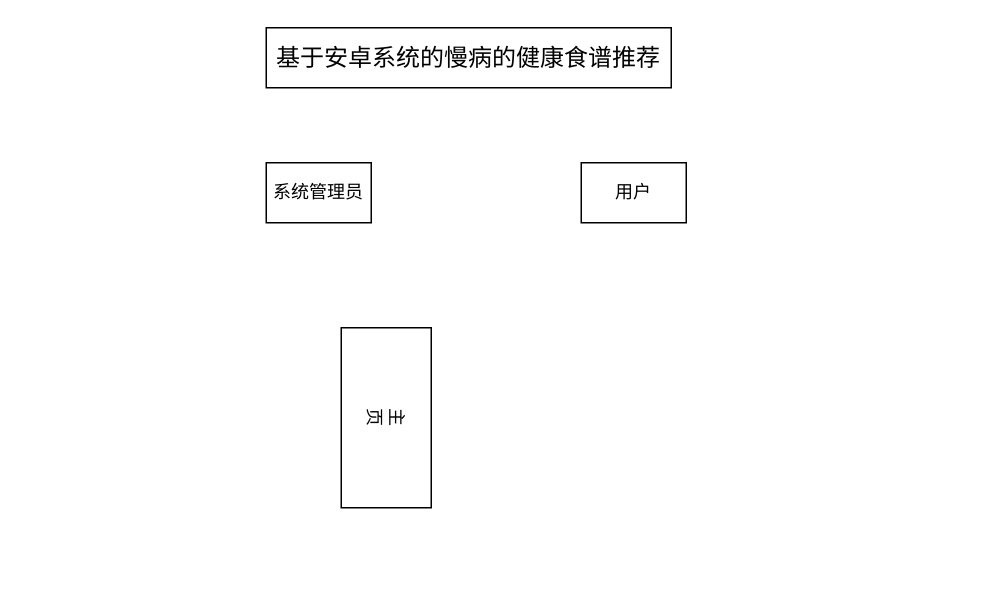
Before: 未命名绘图.drawio in mugeshanhai/java, a draw.io diagram. Source tidied: cells renumbered, new cells numbered last; positions are measured from the earlier drawing's top-left corner, leaving out a move shared by most shapes. Both pictures are drawn from the tidied source at 150%, with x=0, y=0 at pixel (266, 27).
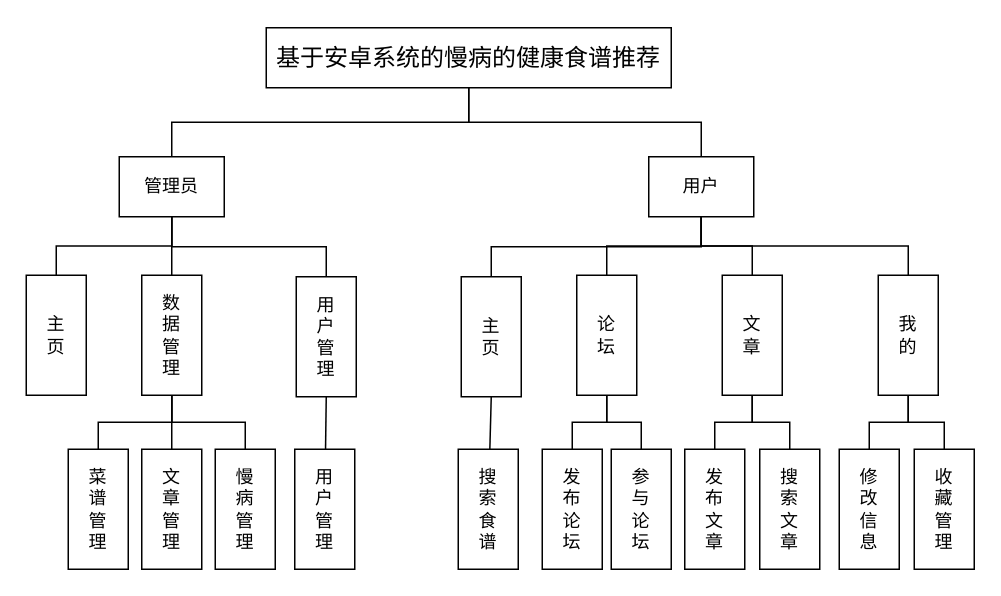
The same diagram, later.

Commit message:
更新未命名绘图.drawio

The change refers to these unchanged cells:
```xml
<mxCell id="2" value="&lt;p class=&quot;MsoNormal&quot;&gt;&lt;span style=&quot;font-size: 12.0000pt&quot;&gt;&lt;font face=&quot;宋体&quot;&gt;基于安卓系统的慢病的健康食谱推荐&lt;/font&gt;&lt;/span&gt;&lt;/p&gt;" style="rounded=0;whiteSpace=wrap;html=1;" parent="1" vertex="1">
  <mxGeometry width="270" height="40" as="geometry" />
</mxCell>
```

The edit, as a diff of the source:
```diff
@@
-    <mxCell id="3" value="主&lt;br&gt;页" style="rounded=0;whiteSpace=wrap;html=1;rotation=90;" parent="1" vertex="1">
-      <mxGeometry x="20" y="230" width="120" height="60" as="geometry" />
-    </mxCell>
-    <mxCell id="4" value="系统管理员" style="rounded=0;whiteSpace=wrap;html=1;" parent="1" vertex="1">
-      <mxGeometry y="90" width="70" height="40" as="geometry" />
+    <mxCell id="4" value="管理员" style="rounded=0;whiteSpace=wrap;html=1;" parent="1" vertex="1">
+      <mxGeometry x="-98" y="86" width="70" height="40" as="geometry" />
     </mxCell>
     <mxCell id="5" value="用户" style="rounded=0;whiteSpace=wrap;html=1;" parent="1" vertex="1">
-      <mxGeometry x="210" y="90" width="70" height="40" as="geometry" />
+      <mxGeometry x="255" y="86" width="70" height="40" as="geometry" />
     </mxCell>
+    <mxCell id="6" value="主&lt;br&gt;页" style="rounded=0;whiteSpace=wrap;html=1;rotation=0;textDirection=ltr;direction=south;" parent="1" vertex="1">
+      <mxGeometry x="-160" y="165" width="40" height="80" as="geometry" />
+    </mxCell>
+    <mxCell id="7" value="用&lt;br&gt;户&lt;br&gt;管&lt;br&gt;理" style="rounded=0;whiteSpace=wrap;html=1;rotation=0;textDirection=ltr;direction=south;" parent="1" vertex="1">
+      <mxGeometry x="20" y="166" width="40" height="80" as="geometry" />
+    </mxCell>
+    <mxCell id="8" value="菜&lt;br&gt;谱&lt;br&gt;管&lt;br&gt;理" style="rounded=0;whiteSpace=wrap;html=1;rotation=0;textDirection=ltr;direction=south;" parent="1" vertex="1">
+      <mxGeometry x="-132" y="281" width="40" height="80" as="geometry" />
+    </mxCell>
+    <mxCell id="9" value="文&lt;br&gt;章&lt;br&gt;管&lt;br&gt;理" style="rounded=0;whiteSpace=wrap;html=1;rotation=0;textDirection=ltr;direction=south;" parent="1" vertex="1">
+      <mxGeometry x="-83" y="281" width="40" height="80" as="geometry" />
+    </mxCell>
+    <mxCell id="10" value="数&lt;br&gt;据&lt;br&gt;管&lt;br&gt;理" style="rounded=0;whiteSpace=wrap;html=1;rotation=0;textDirection=ltr;direction=south;" parent="1" vertex="1">
+      <mxGeometry x="-83" y="165" width="40" height="80" as="geometry" />
+    </mxCell>
+    <mxCell id="11" value="慢&lt;br&gt;病&lt;br&gt;管&lt;br&gt;理" style="rounded=0;whiteSpace=wrap;html=1;rotation=0;textDirection=ltr;direction=south;" parent="1" vertex="1">
+      <mxGeometry x="-34" y="281" width="40" height="80" as="geometry" />
+    </mxCell>
+    <mxCell id="12" value="用&lt;br&gt;户&lt;br&gt;管&lt;br&gt;理" style="rounded=0;whiteSpace=wrap;html=1;rotation=0;textDirection=ltr;direction=south;" parent="1" vertex="1">
+      <mxGeometry x="19" y="281" width="40" height="80" as="geometry" />
+    </mxCell>
+    <mxCell id="13" value="主&lt;br&gt;页" style="rounded=0;whiteSpace=wrap;html=1;rotation=0;textDirection=ltr;direction=south;" parent="1" vertex="1">
+      <mxGeometry x="130" y="166" width="40" height="80" as="geometry" />
+    </mxCell>
+    <mxCell id="14" value="论&lt;br&gt;坛" style="rounded=0;whiteSpace=wrap;html=1;rotation=0;textDirection=ltr;direction=south;" parent="1" vertex="1">
+      <mxGeometry x="207" y="165" width="40" height="80" as="geometry" />
+    </mxCell>
+    <mxCell id="15" value="文&lt;br&gt;章" style="rounded=0;whiteSpace=wrap;html=1;rotation=0;textDirection=ltr;direction=south;" parent="1" vertex="1">
+      <mxGeometry x="304" y="165" width="40" height="80" as="geometry" />
+    </mxCell>
+    <mxCell id="16" value="我&lt;br&gt;的" style="rounded=0;whiteSpace=wrap;html=1;rotation=0;textDirection=ltr;direction=south;" parent="1" vertex="1">
+      <mxGeometry x="408" y="165" width="40" height="80" as="geometry" />
+    </mxCell>
+    <mxCell id="17" value="发&lt;br&gt;布&lt;br&gt;论&lt;br&gt;坛" style="rounded=0;whiteSpace=wrap;html=1;rotation=0;textDirection=ltr;direction=south;" parent="1" vertex="1">
+      <mxGeometry x="184" y="281" width="40" height="80" as="geometry" />
+    </mxCell>
+    <mxCell id="18" value="参&lt;br&gt;与&lt;br&gt;论&lt;br&gt;坛" style="rounded=0;whiteSpace=wrap;html=1;rotation=0;textDirection=ltr;direction=south;" parent="1" vertex="1">
+      <mxGeometry x="230" y="281" width="40" height="80" as="geometry" />
+    </mxCell>
+    <mxCell id="19" value="发&lt;br&gt;布&lt;br&gt;文&lt;br&gt;章" style="rounded=0;whiteSpace=wrap;html=1;rotation=0;textDirection=ltr;direction=south;" parent="1" vertex="1">
+      <mxGeometry x="279" y="281" width="40" height="80" as="geometry" />
+    </mxCell>
+    <mxCell id="20" value="搜&lt;br&gt;索&lt;br&gt;文&lt;br&gt;章" style="rounded=0;whiteSpace=wrap;html=1;rotation=0;textDirection=ltr;direction=south;" parent="1" vertex="1">
+      <mxGeometry x="329" y="281" width="40" height="80" as="geometry" />
+    </mxCell>
+    <mxCell id="21" value="修&lt;br&gt;改&lt;br&gt;信&lt;br&gt;息" style="rounded=0;whiteSpace=wrap;html=1;rotation=0;textDirection=ltr;direction=south;" parent="1" vertex="1">
+      <mxGeometry x="382" y="281" width="40" height="80" as="geometry" />
+    </mxCell>
+    <mxCell id="22" value="收&lt;br&gt;藏&lt;br&gt;管&lt;br&gt;理" style="rounded=0;whiteSpace=wrap;html=1;rotation=0;textDirection=ltr;direction=south;" parent="1" vertex="1">
+      <mxGeometry x="432" y="281" width="40" height="80" as="geometry" />
+    </mxCell>
+    <mxCell id="23" style="endArrow=none;html=1;strokeColor=#000000;entryX=0.5;entryY=1;entryDx=0;entryDy=0;exitX=0.5;exitY=0;exitDx=0;exitDy=0;edgeStyle=orthogonalEdgeStyle;rounded=0;" parent="1" edge="1" source="5" target="2">
+      <mxGeometry relative="1" as="geometry" />
+    </mxCell>
+    <mxCell id="24" style="endArrow=none;html=1;strokeColor=#000000;entryX=0.5;entryY=1;entryDx=0;entryDy=0;exitX=0.5;exitY=0;exitDx=0;exitDy=0;edgeStyle=orthogonalEdgeStyle;rounded=0;" parent="1" edge="1" source="4" target="2">
+      <mxGeometry relative="1" as="geometry" />
+    </mxCell>
+    <mxCell id="25" value="搜&lt;br&gt;索&lt;br&gt;食&lt;br&gt;谱" style="rounded=0;whiteSpace=wrap;html=1;rotation=0;textDirection=ltr;direction=south;" parent="1" vertex="1">
+      <mxGeometry x="128" y="281" width="40" height="80" as="geometry" />
+    </mxCell>
+    <mxCell id="26" style="endArrow=none;html=1;strokeColor=#000000;entryX=0.5;entryY=1;entryDx=0;entryDy=0;exitX=0;exitY=0.5;exitDx=0;exitDy=0;edgeStyle=orthogonalEdgeStyle;rounded=0;" parent="1" edge="1" source="6" target="4">
+      <mxGeometry relative="1" as="geometry" />
+    </mxCell>
+    <mxCell id="27" style="endArrow=none;html=1;strokeColor=#000000;entryX=0.5;entryY=1;entryDx=0;entryDy=0;" parent="1" edge="1" source="10" target="4">
+      <mxGeometry relative="1" as="geometry" />
+    </mxCell>
+    <mxCell id="28" style="endArrow=none;html=1;strokeColor=#000000;entryX=0.5;entryY=1;entryDx=0;entryDy=0;exitX=0;exitY=0.5;exitDx=0;exitDy=0;edgeStyle=orthogonalEdgeStyle;rounded=0;" parent="1" edge="1" source="7" target="4">
+      <mxGeometry relative="1" as="geometry" />
+    </mxCell>
+    <mxCell id="29" style="endArrow=none;html=1;strokeColor=#000000;entryX=1;entryY=0.5;entryDx=0;entryDy=0;" parent="1" edge="1" source="12" target="7">
+      <mxGeometry relative="1" as="geometry" />
+    </mxCell>
+    <mxCell id="30" style="endArrow=none;html=1;strokeColor=#000000;exitX=1;exitY=0.5;exitDx=0;exitDy=0;entryX=0;entryY=0.5;entryDx=0;entryDy=0;edgeStyle=orthogonalEdgeStyle;rounded=0;" parent="1" edge="1" source="10" target="11">
+      <mxGeometry relative="1" as="geometry" />
+    </mxCell>
+    <mxCell id="31" style="endArrow=none;html=1;strokeColor=#000000;exitX=1;exitY=0.5;exitDx=0;exitDy=0;entryX=0;entryY=0.5;entryDx=0;entryDy=0;edgeStyle=orthogonalEdgeStyle;rounded=0;" parent="1" edge="1" source="10" target="9">
+      <mxGeometry relative="1" as="geometry" />
+    </mxCell>
+    <mxCell id="32" style="endArrow=none;html=1;strokeColor=#000000;exitX=0;exitY=0.5;exitDx=0;exitDy=0;entryX=1;entryY=0.5;entryDx=0;entryDy=0;edgeStyle=orthogonalEdgeStyle;rounded=0;" parent="1" edge="1" source="8" target="10">
+      <mxGeometry relative="1" as="geometry" />
+    </mxCell>
+    <mxCell id="33" style="endArrow=none;html=1;strokeColor=#000000;entryX=0.5;entryY=1;entryDx=0;entryDy=0;exitX=0;exitY=0.5;exitDx=0;exitDy=0;edgeStyle=orthogonalEdgeStyle;rounded=0;" parent="1" edge="1" source="13" target="5">
+      <mxGeometry relative="1" as="geometry" />
+    </mxCell>
+    <mxCell id="34" style="endArrow=none;html=1;strokeColor=#000000;exitX=0.5;exitY=1;exitDx=0;exitDy=0;entryX=0;entryY=0.5;entryDx=0;entryDy=0;edgeStyle=orthogonalEdgeStyle;rounded=0;" parent="1" edge="1" source="5" target="14">
+      <mxGeometry relative="1" as="geometry" />
+    </mxCell>
+    <mxCell id="35" style="endArrow=none;html=1;strokeColor=#000000;entryX=0.5;entryY=1;entryDx=0;entryDy=0;exitX=0;exitY=0.5;exitDx=0;exitDy=0;edgeStyle=orthogonalEdgeStyle;rounded=0;" parent="1" edge="1" source="15" target="5">
+      <mxGeometry relative="1" as="geometry" />
+    </mxCell>
+    <mxCell id="36" style="endArrow=none;html=1;strokeColor=#000000;exitX=0.5;exitY=1;exitDx=0;exitDy=0;entryX=0;entryY=0.5;entryDx=0;entryDy=0;edgeStyle=orthogonalEdgeStyle;rounded=0;" parent="1" edge="1" source="5" target="16">
+      <mxGeometry relative="1" as="geometry" />
+    </mxCell>
+    <mxCell id="37" style="endArrow=none;html=1;strokeColor=#000000;entryX=1;entryY=0.5;entryDx=0;entryDy=0;" parent="1" edge="1" source="25" target="13">
+      <mxGeometry relative="1" as="geometry" />
+    </mxCell>
+    <mxCell id="38" style="endArrow=none;html=1;strokeColor=#000000;exitX=1;exitY=0.5;exitDx=0;exitDy=0;entryX=0;entryY=0.5;entryDx=0;entryDy=0;edgeStyle=orthogonalEdgeStyle;rounded=0;" parent="1" edge="1" source="14" target="17">
+      <mxGeometry relative="1" as="geometry" />
+    </mxCell>
+    <mxCell id="39" style="endArrow=none;html=1;strokeColor=#000000;exitX=0;exitY=0.5;exitDx=0;exitDy=0;entryX=1;entryY=0.5;entryDx=0;entryDy=0;edgeStyle=orthogonalEdgeStyle;rounded=0;" parent="1" edge="1" source="18" target="14">
+      <mxGeometry relative="1" as="geometry" />
+    </mxCell>
+    <mxCell id="40" style="endArrow=none;html=1;strokeColor=#000000;exitX=1;exitY=0.5;exitDx=0;exitDy=0;entryX=0;entryY=0.5;entryDx=0;entryDy=0;edgeStyle=orthogonalEdgeStyle;rounded=0;" parent="1" edge="1" source="15" target="19">
+      <mxGeometry relative="1" as="geometry" />
+    </mxCell>
+    <mxCell id="41" style="endArrow=none;html=1;strokeColor=#000000;exitX=1;exitY=0.5;exitDx=0;exitDy=0;entryX=0;entryY=0.5;entryDx=0;entryDy=0;edgeStyle=orthogonalEdgeStyle;rounded=0;" parent="1" edge="1" source="15" target="20">
+      <mxGeometry relative="1" as="geometry" />
+    </mxCell>
+    <mxCell id="42" style="endArrow=none;html=1;strokeColor=#000000;exitX=1;exitY=0.5;exitDx=0;exitDy=0;entryX=0;entryY=0.5;entryDx=0;entryDy=0;edgeStyle=orthogonalEdgeStyle;rounded=0;" parent="1" edge="1" source="16" target="21">
+      <mxGeometry relative="1" as="geometry" />
+    </mxCell>
+    <mxCell id="43" style="endArrow=none;html=1;strokeColor=#000000;exitX=1;exitY=0.5;exitDx=0;exitDy=0;entryX=0;entryY=0.5;entryDx=0;entryDy=0;edgeStyle=orthogonalEdgeStyle;rounded=0;" parent="1" edge="1" source="16" target="22">
+      <mxGeometry relative="1" as="geometry" />
+    </mxCell>
```
